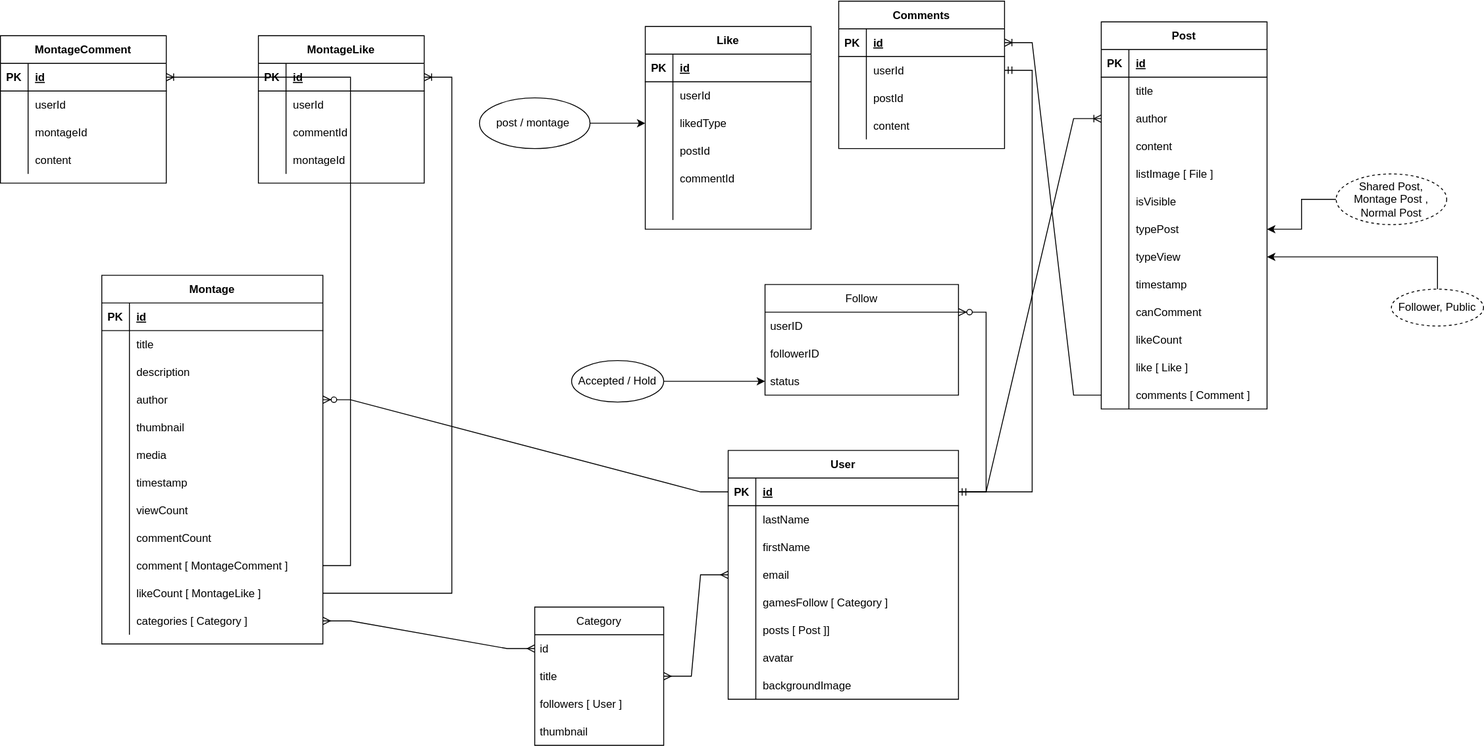
This is icon/Social-esport.drawio.svg from Kennn-dev/social-esport, a draw.io export, as it was before one commit. Source tidied: cells renumbered, new cells last; positions are measured from the earlier drawing's top-left corner, leaving out a move shared by most shapes.
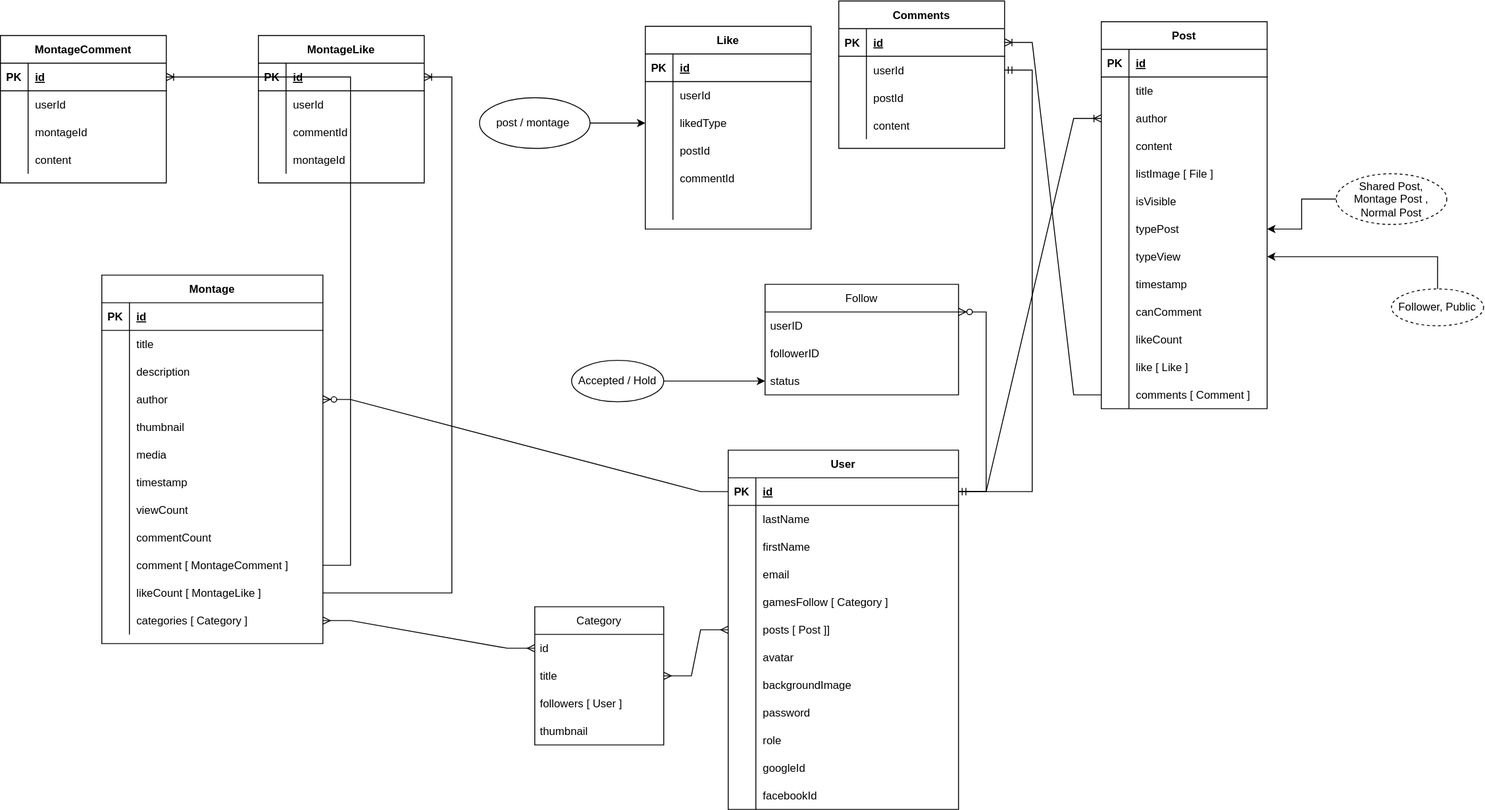
The same diagram one commit later.

The edit, as a diff of the source:
```diff
@@ -3,7 +3,7 @@
     <mxCell id="0" />
     <mxCell id="1" parent="0" />
     <mxCell id="2" value="User" style="shape=table;startSize=30;rowLines=0;fontStyle=1;align=center;" parent="1" vertex="1">
-      <mxGeometry x="790" y="488" width="250" height="270" as="geometry" />
+      <mxGeometry x="790" y="488" width="250" height="390" as="geometry" />
     </mxCell>
     <mxCell id="3" style="shape=partialRectangle;fillColor=none;points=[[0,0.5],[1,0.5]];portConstraint=eastwest;top=0;left=0;right=0;bottom=1;" parent="2" vertex="1">
       <mxGeometry y="30" width="250" height="30" as="geometry" />
@@ -77,6 +77,42 @@
     <mxCell id="26" value="backgroundImage" style="shape=partialRectangle;overflow=hidden;fillColor=none;top=0;left=0;bottom=0;right=0;align=left;spacingLeft=6;" parent="24" vertex="1">
       <mxGeometry x="30" width="220" height="30" as="geometry" />
     </mxCell>
+    <mxCell id="188" style="shape=partialRectangle;fillColor=none;top=0;left=0;right=0;bottom=0;" parent="2" vertex="1">
+      <mxGeometry y="270" width="250" height="30" as="geometry" />
+    </mxCell>
+    <mxCell id="189" style="shape=partialRectangle;overflow=hidden;fillColor=none;top=0;left=0;bottom=0;right=0;" parent="188" vertex="1">
+      <mxGeometry width="30" height="30" as="geometry" />
+    </mxCell>
+    <mxCell id="190" value="password" style="shape=partialRectangle;overflow=hidden;fillColor=none;top=0;left=0;bottom=0;right=0;align=left;spacingLeft=6;" parent="188" vertex="1">
+      <mxGeometry x="30" width="220" height="30" as="geometry" />
+    </mxCell>
+    <mxCell id="191" style="shape=partialRectangle;fillColor=none;top=0;left=0;right=0;bottom=0;" parent="2" vertex="1">
+      <mxGeometry y="300" width="250" height="30" as="geometry" />
+    </mxCell>
+    <mxCell id="192" style="shape=partialRectangle;overflow=hidden;fillColor=none;top=0;left=0;bottom=0;right=0;" parent="191" vertex="1">
+      <mxGeometry width="30" height="30" as="geometry" />
+    </mxCell>
+    <mxCell id="193" value="role" style="shape=partialRectangle;overflow=hidden;fillColor=none;top=0;left=0;bottom=0;right=0;align=left;spacingLeft=6;" parent="191" vertex="1">
+      <mxGeometry x="30" width="220" height="30" as="geometry" />
+    </mxCell>
+    <mxCell id="194" style="shape=partialRectangle;fillColor=none;top=0;left=0;right=0;bottom=0;" parent="2" vertex="1">
+      <mxGeometry y="330" width="250" height="30" as="geometry" />
+    </mxCell>
+    <mxCell id="195" style="shape=partialRectangle;overflow=hidden;fillColor=none;top=0;left=0;bottom=0;right=0;" parent="194" vertex="1">
+      <mxGeometry width="30" height="30" as="geometry" />
+    </mxCell>
+    <mxCell id="196" value="googleId" style="shape=partialRectangle;overflow=hidden;fillColor=none;top=0;left=0;bottom=0;right=0;align=left;spacingLeft=6;" parent="194" vertex="1">
+      <mxGeometry x="30" width="220" height="30" as="geometry" />
+    </mxCell>
+    <mxCell id="197" style="shape=partialRectangle;fillColor=none;top=0;left=0;right=0;bottom=0;" parent="2" vertex="1">
+      <mxGeometry y="360" width="250" height="30" as="geometry" />
+    </mxCell>
+    <mxCell id="198" style="shape=partialRectangle;overflow=hidden;fillColor=none;top=0;left=0;bottom=0;right=0;" parent="197" vertex="1">
+      <mxGeometry width="30" height="30" as="geometry" />
+    </mxCell>
+    <mxCell id="199" value="facebookId" style="shape=partialRectangle;overflow=hidden;fillColor=none;top=0;left=0;bottom=0;right=0;align=left;spacingLeft=6;" parent="197" vertex="1">
+      <mxGeometry x="30" width="220" height="30" as="geometry" />
+    </mxCell>
     <mxCell id="27" value="Follow" style="swimlane;fontStyle=0;horizontal=1;startSize=30;" parent="1" vertex="1">
       <mxGeometry x="830" y="308" width="210" height="120" as="geometry" />
     </mxCell>
```
